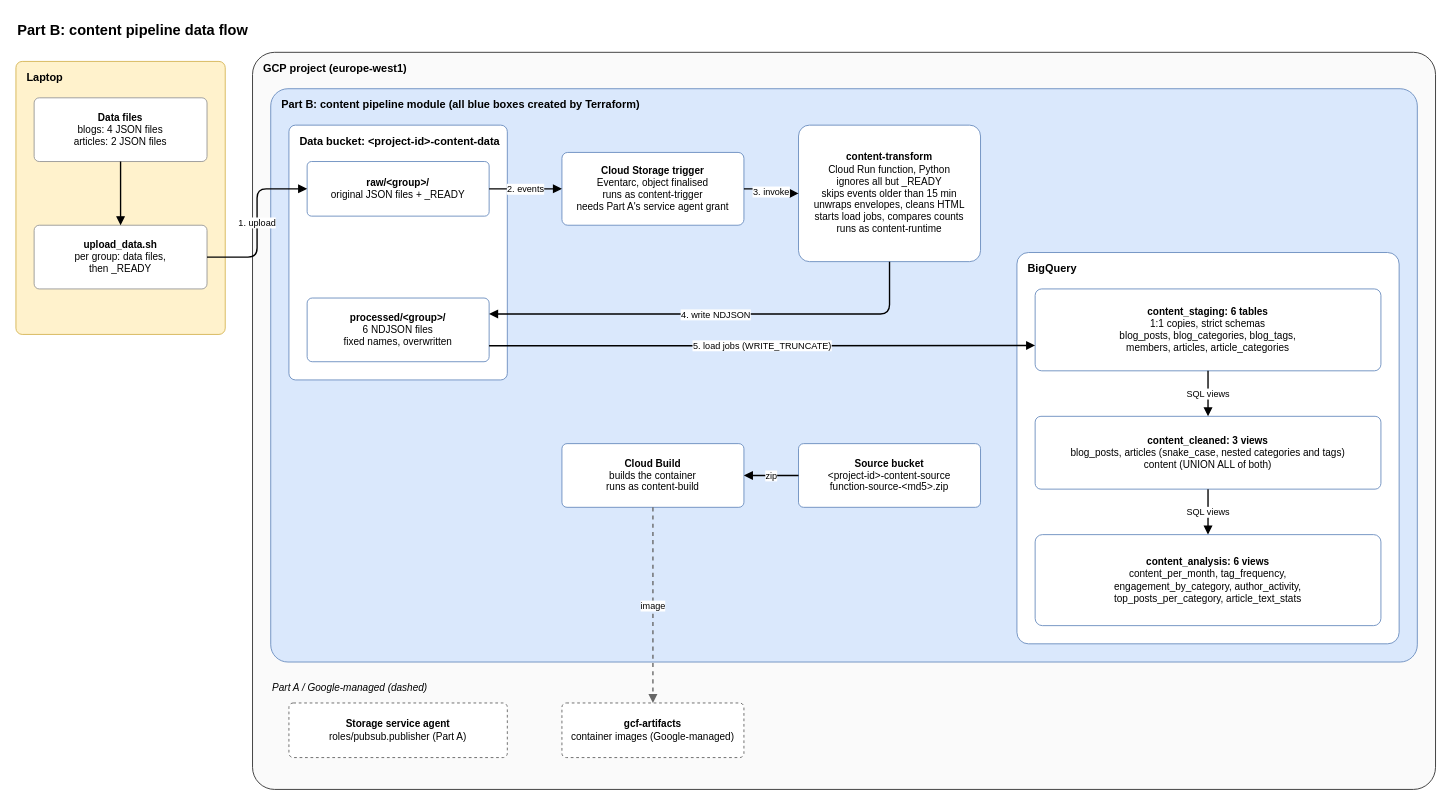
This is page "Part B pipeline" (2 of 2) of assets/gcp-intelligence-platform/architecture.drawio from beatanemeth/gcp-content-intelligence-platform_planning, a draw.io file, before an edit. Source tidied: cells renumbered, new cells numbered last; positions are measured from the earlier drawing's top-left corner, leaving out a move shared by most shapes. Both pictures are drawn from the tidied source at 91%, with x=0, y=0 at pixel (15, 15).
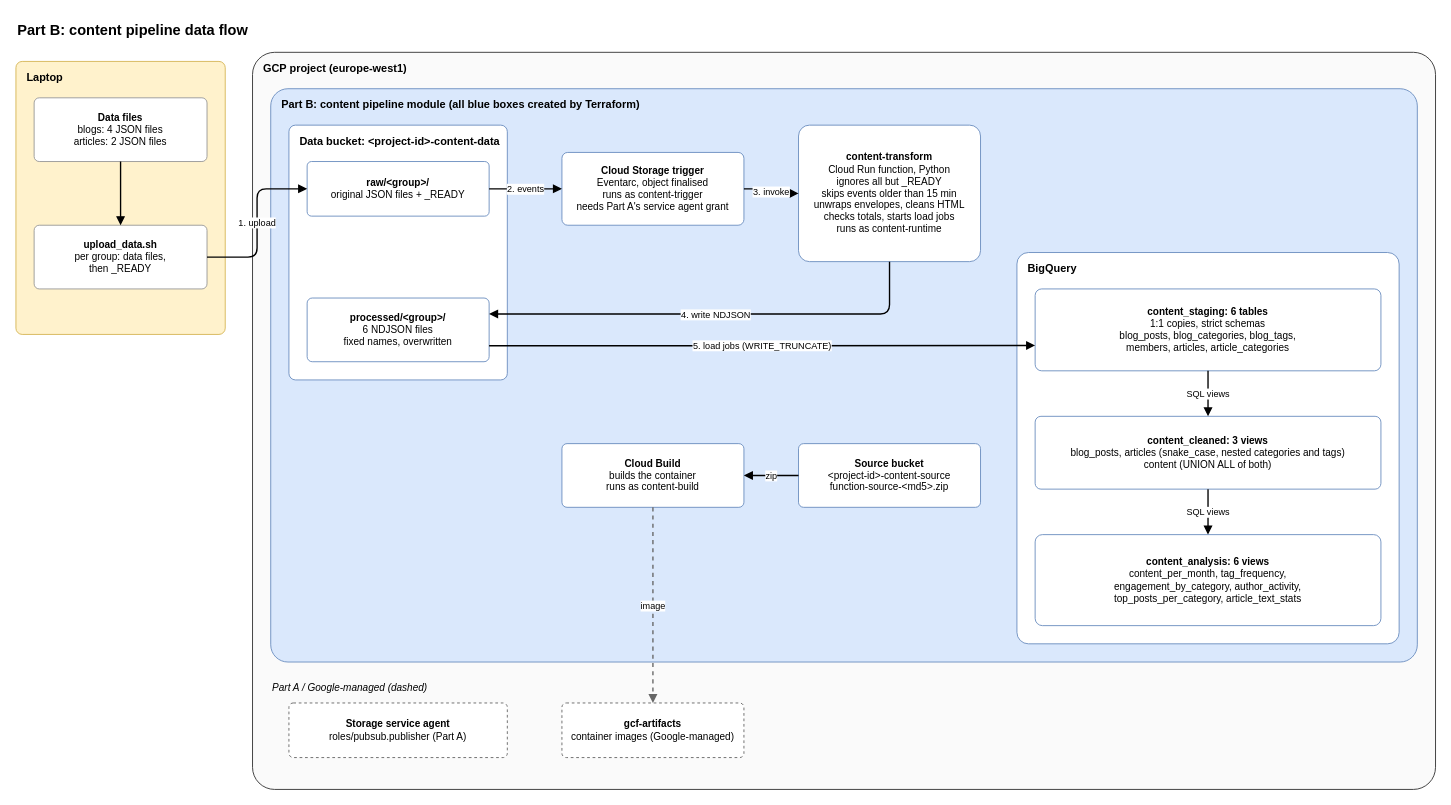
The same diagram, later.

Commit message (it also covers changes not shown here):
docs: check exports against their own totals

The edit, as a diff of the source:
```diff
@@
-    <mxCell id="12" value="&lt;b&gt;content-transform&lt;/b&gt;&lt;br&gt;Cloud Run function, Python&lt;br&gt;ignores all but _READY&lt;br&gt;skips events older than 15 min&lt;br&gt;unwraps envelopes, cleans HTML&lt;br&gt;starts load jobs, compares counts&lt;br&gt;runs as content-runtime" style="rounded=1;whiteSpace=wrap;html=1;arcSize=8;fontSize=11;fillColor=#ffffff;strokeColor=#6c8ebf;" parent="1" vertex="1">
+    <mxCell id="12" value="&lt;b&gt;content-transform&lt;/b&gt;&lt;br&gt;Cloud Run function, Python&lt;br&gt;ignores all but _READY&lt;br&gt;skips events older than 15 min&lt;br&gt;unwraps envelopes, cleans HTML&lt;br&gt;checks totals, starts load jobs&lt;br&gt;runs as content-runtime" style="rounded=1;whiteSpace=wrap;html=1;arcSize=8;fontSize=11;fillColor=#ffffff;strokeColor=#6c8ebf;" parent="1" vertex="1">
       <mxGeometry x="860" y="120" width="200" height="150" as="geometry" />
     </mxCell>
```
